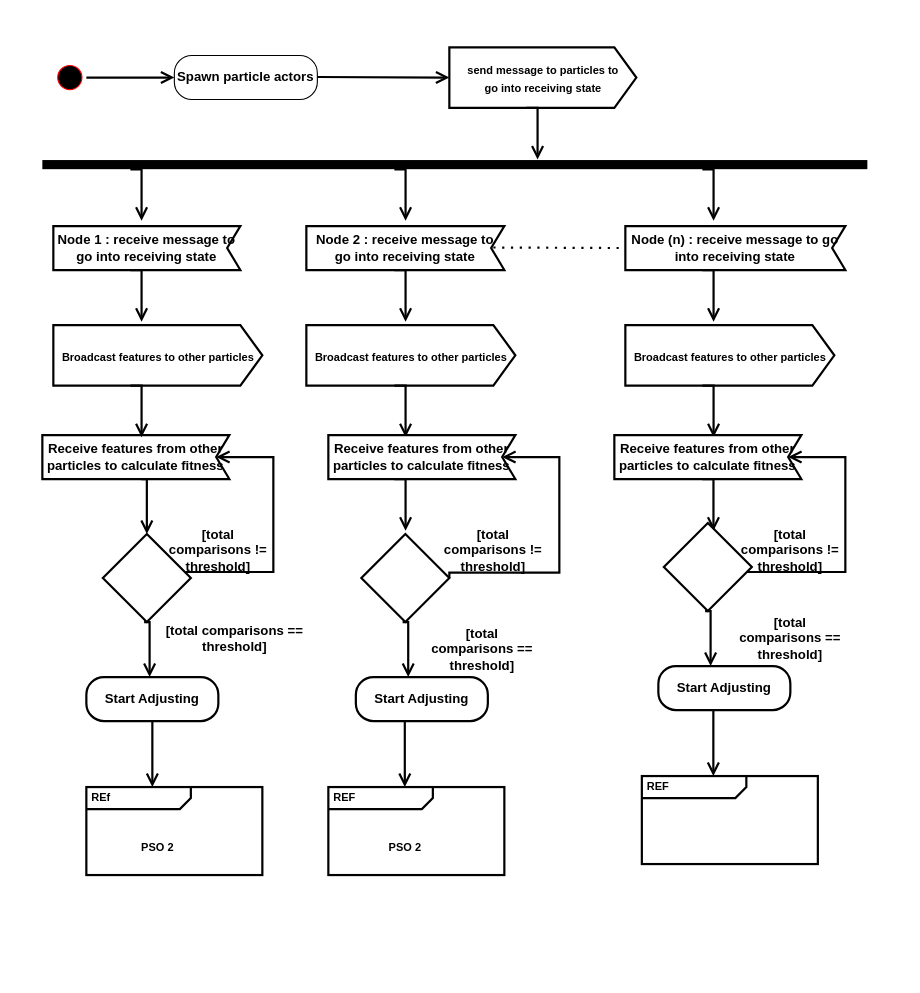
The draw.io diagram PSO activity Diagram.drawio in vanelopethecoder/som-basic, before the edit. Source tidied: cells renumbered, new cells numbered last; positions are measured from the earlier drawing's top-left corner, leaving out a move shared by most shapes. Both pictures are drawn from the tidied source at 110%, with x=0, y=0 at pixel (42, 47).
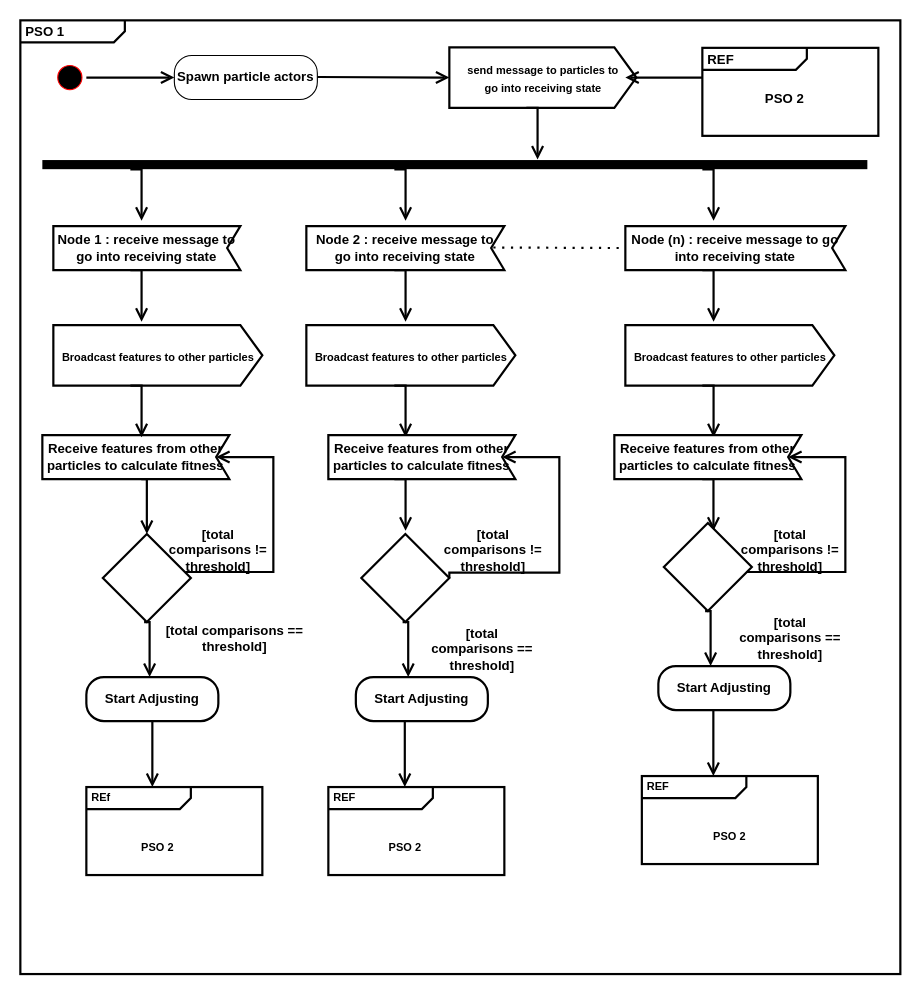
The same diagram, later.

Change to the diagram source:
```diff
@@
+    <mxCell id="57" value="&lt;p style=&quot;margin: 0px ; margin-top: 4px ; margin-left: 5px ; text-align: left&quot;&gt;&lt;b&gt;PSO 1&lt;/b&gt;&lt;/p&gt;" style="html=1;shape=mxgraph.sysml.package;overflow=fill;labelX=95;align=left;spacingLeft=5;verticalAlign=top;spacingTop=-3;strokeWidth=2;" parent="1" vertex="1">
+      <mxGeometry x="-20" y="-25" width="800" height="867" as="geometry" />
+    </mxCell>
@@
+    <mxCell id="58" value="&lt;p style=&quot;margin: 0px ; margin-top: 4px ; margin-left: 5px ; text-align: left&quot;&gt;&lt;b&gt;REF&lt;/b&gt;&lt;/p&gt;" style="html=1;shape=mxgraph.sysml.package;overflow=fill;labelX=95;align=left;spacingLeft=5;verticalAlign=top;spacingTop=-3;strokeWidth=2;" parent="1" vertex="1">
+      <mxGeometry x="600" width="160" height="80" as="geometry" />
+    </mxCell>
+    <mxCell id="59" value="&lt;b&gt;PSO 2&lt;/b&gt;" style="text;html=1;strokeColor=none;fillColor=none;align=center;verticalAlign=middle;whiteSpace=wrap;rounded=0;" parent="1" vertex="1">
+      <mxGeometry x="645" y="32" width="60" height="30" as="geometry" />
+    </mxCell>
+    <mxCell id="60" value="&lt;b style=&quot;text-align: left&quot;&gt;PSO 2&lt;/b&gt;" style="text;html=1;strokeColor=none;fillColor=none;align=center;verticalAlign=middle;whiteSpace=wrap;rounded=0;fontSize=10;" parent="1" vertex="1">
+      <mxGeometry x="595" y="702" width="60" height="30" as="geometry" />
+    </mxCell>
+    <mxCell id="61" style="edgeStyle=orthogonalEdgeStyle;html=1;verticalAlign=bottom;endArrow=open;endSize=8;strokeColor=#000000;rounded=0;strokeWidth=2;" parent="1" edge="1">
+      <mxGeometry relative="1" as="geometry">
+        <mxPoint x="600" y="27" as="sourcePoint" />
+        <mxPoint x="530" y="27" as="targetPoint" />
+        <Array as="points">
+          <mxPoint x="570" y="27" />
+          <mxPoint x="570" y="27" />
+        </Array>
+      </mxGeometry>
+    </mxCell>
```
